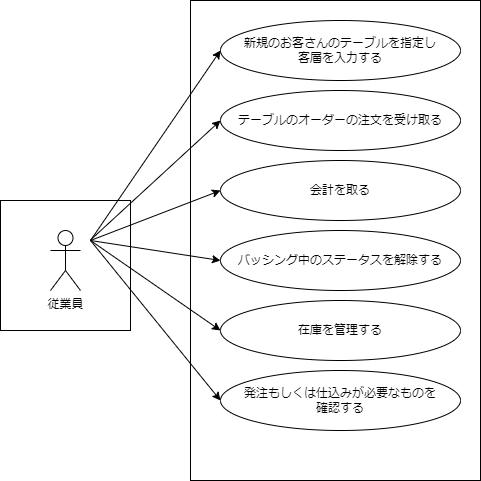
Above: psp4/ユースケース図.drawio.png in MasakiHiguchi/--- (draw.io), before the change. Source tidied: cells renumbered, new cells last; positions are measured from the earlier drawing's top-left corner, leaving out a move shared by most shapes. Its diagram source:
```xml
<mxGraphModel>
  <root>
    <mxCell id="0" />
    <mxCell id="1" parent="0" />
    <mxCell id="2" style="rounded=0;whiteSpace=wrap;html=1;" parent="1" vertex="1">
      <mxGeometry y="200" width="130" height="130" as="geometry" />
    </mxCell>
    <mxCell id="3" value="従業員" style="shape=umlActor;verticalLabelPosition=bottom;verticalAlign=top;html=1;" parent="1" vertex="1">
      <mxGeometry x="50" y="230" width="30" height="60" as="geometry" />
    </mxCell>
    <mxCell id="4" style="rounded=0;whiteSpace=wrap;html=1;" parent="1" vertex="1">
      <mxGeometry x="190" width="290" height="480" as="geometry" />
    </mxCell>
    <mxCell id="5" value="新規のお客さんのテーブルを指定し&lt;br&gt;客層を入力する" style="ellipse;whiteSpace=wrap;html=1;" parent="1" vertex="1">
      <mxGeometry x="220" y="20" width="240" height="60" as="geometry" />
    </mxCell>
    <mxCell id="6" value="テーブルのオーダーの注文を受け取る" style="ellipse;whiteSpace=wrap;html=1;" parent="1" vertex="1">
      <mxGeometry x="220" y="90" width="240" height="60" as="geometry" />
    </mxCell>
    <mxCell id="7" value="会計を取る" style="ellipse;whiteSpace=wrap;html=1;" parent="1" vertex="1">
      <mxGeometry x="220" y="160" width="240" height="60" as="geometry" />
    </mxCell>
    <mxCell id="8" value="バッシング中のステータスを解除する" style="ellipse;whiteSpace=wrap;html=1;" parent="1" vertex="1">
      <mxGeometry x="220" y="230" width="240" height="60" as="geometry" />
    </mxCell>
    <mxCell id="9" value="発注もしくは仕込みが必要なものを&lt;br&gt;確認する" style="ellipse;whiteSpace=wrap;html=1;" parent="1" vertex="1">
      <mxGeometry x="220" y="370" width="240" height="60" as="geometry" />
    </mxCell>
    <mxCell id="10" value="在庫を管理する" style="ellipse;whiteSpace=wrap;html=1;" parent="1" vertex="1">
      <mxGeometry x="220" y="300" width="240" height="60" as="geometry" />
    </mxCell>
    <mxCell id="11" style="endArrow=classic;html=1;entryX=0;entryY=0.5;entryDx=0;entryDy=0;" parent="1" edge="1" target="5">
      <mxGeometry relative="1" as="geometry">
        <mxPoint x="90" y="240" as="sourcePoint" />
      </mxGeometry>
    </mxCell>
    <mxCell id="12" style="edgeStyle=none;jettySize=auto;html=1;entryX=0;entryY=0.5;entryDx=0;entryDy=0;" parent="1" edge="1" target="6">
      <mxGeometry relative="1" as="geometry">
        <mxPoint x="90" y="239.5" as="sourcePoint" />
      </mxGeometry>
    </mxCell>
    <mxCell id="13" style="endArrow=classic;html=1;entryX=0;entryY=0.5;entryDx=0;entryDy=0;" parent="1" edge="1" target="7">
      <mxGeometry relative="1" as="geometry">
        <mxPoint x="90" y="240" as="sourcePoint" />
      </mxGeometry>
    </mxCell>
    <mxCell id="14" style="endArrow=classic;html=1;entryX=0;entryY=0.5;entryDx=0;entryDy=0;" parent="1" edge="1" target="8">
      <mxGeometry relative="1" as="geometry">
        <mxPoint x="90" y="240" as="sourcePoint" />
      </mxGeometry>
    </mxCell>
    <mxCell id="15" style="endArrow=classic;html=1;entryX=0;entryY=0.5;entryDx=0;entryDy=0;" parent="1" edge="1" target="10">
      <mxGeometry relative="1" as="geometry">
        <mxPoint x="90" y="240" as="sourcePoint" />
      </mxGeometry>
    </mxCell>
    <mxCell id="16" style="endArrow=classic;html=1;entryX=0;entryY=0.5;entryDx=0;entryDy=0;" parent="1" edge="1" target="9">
      <mxGeometry relative="1" as="geometry">
        <mxPoint x="90" y="240" as="sourcePoint" />
      </mxGeometry>
    </mxCell>
  </root>
</mxGraphModel>
```
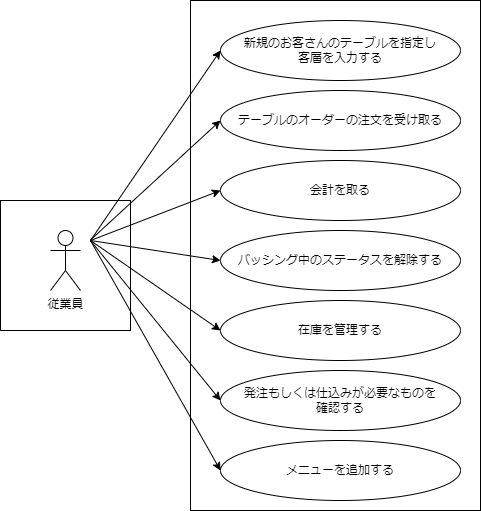
After the commit.

The edit, as a diff of the source:
```diff
@@ -9,7 +9,7 @@
       <mxGeometry x="50" y="230" width="30" height="60" as="geometry" />
     </mxCell>
     <mxCell id="4" style="rounded=0;whiteSpace=wrap;html=1;" parent="1" vertex="1">
-      <mxGeometry x="190" width="290" height="480" as="geometry" />
+      <mxGeometry x="190" width="290" height="510" as="geometry" />
     </mxCell>
     <mxCell id="5" value="新規のお客さんのテーブルを指定し&lt;br&gt;客層を入力する" style="ellipse;whiteSpace=wrap;html=1;" parent="1" vertex="1">
       <mxGeometry x="220" y="20" width="240" height="60" as="geometry" />
@@ -59,5 +59,13 @@
         <mxPoint x="90" y="240" as="sourcePoint" />
       </mxGeometry>
     </mxCell>
+    <mxCell id="17" value="メニューを追加する" style="ellipse;whiteSpace=wrap;html=1;" parent="1" vertex="1">
+      <mxGeometry x="220" y="440" width="240" height="60" as="geometry" />
+    </mxCell>
+    <mxCell id="18" style="endArrow=classic;html=1;entryX=0;entryY=0.5;entryDx=0;entryDy=0;" parent="1" edge="1" target="17">
+      <mxGeometry relative="1" as="geometry">
+        <mxPoint x="90" y="240" as="sourcePoint" />
+      </mxGeometry>
+    </mxCell>
   </root>
 </mxGraphModel>
```
